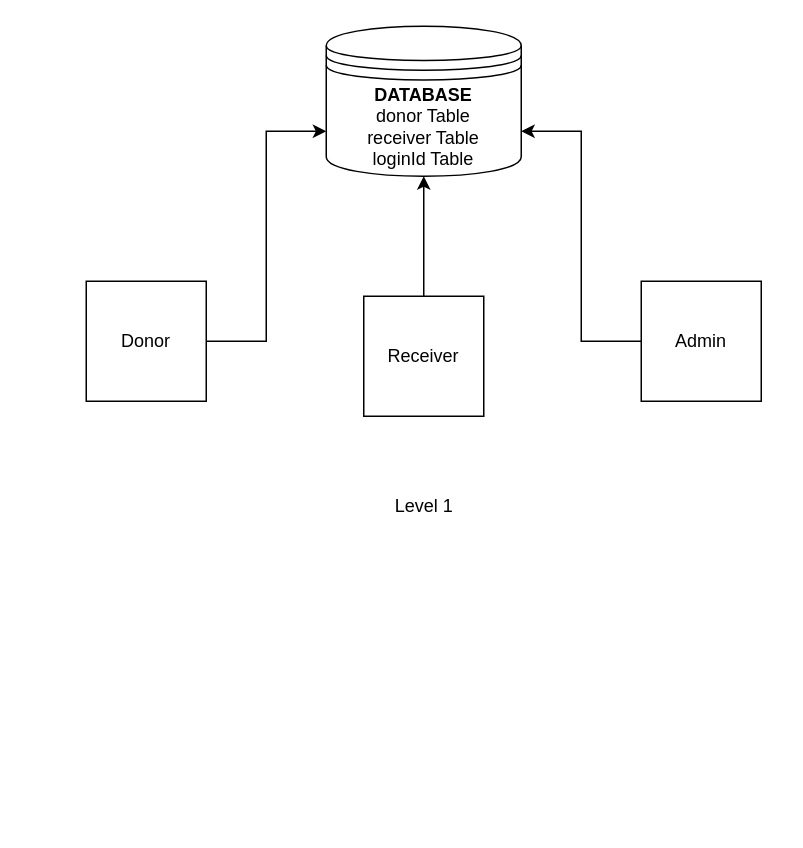
Before: Production_data/level1.drawio in Frost-fusion/Organ_donner, a draw.io diagram. Source tidied: cells renumbered, new cells numbered last; positions are measured from the earlier drawing's top-left corner, leaving out a move shared by most shapes. Both pictures are drawn from the tidied source at 150%, with x=0, y=0 at pixel (86, 26).
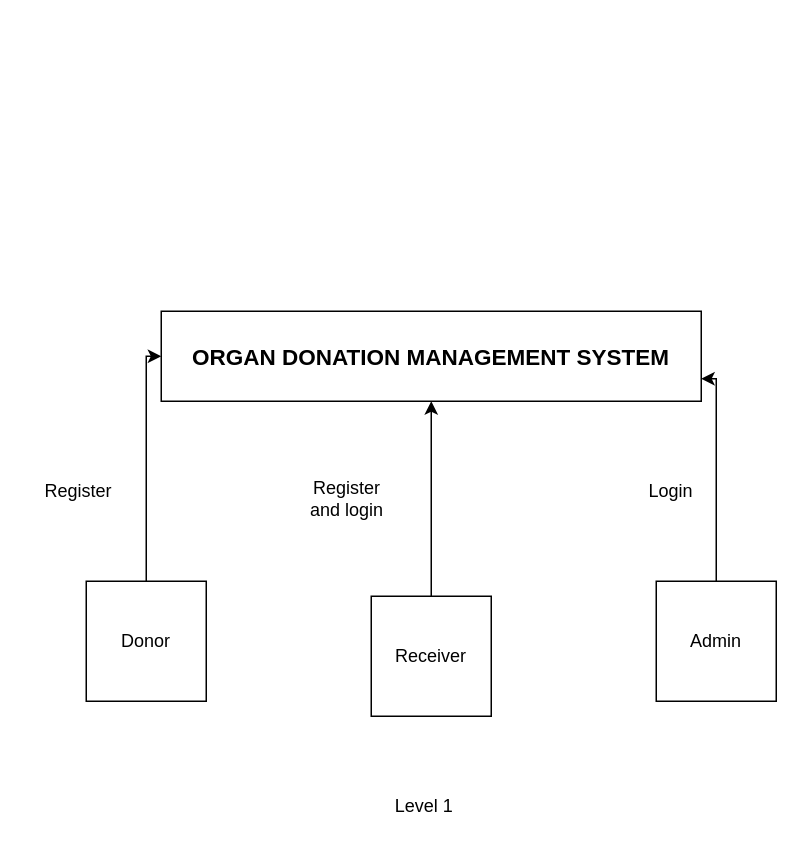
After the change.

The edit, as a diff of the source:
```diff
@@
 <mxGraphModel>
   <root>
     <mxCell id="0" />
     <mxCell id="1" parent="0" />
-    <mxCell id="2" value="&lt;div&gt;&lt;b&gt;DATABASE&lt;/b&gt;&lt;br&gt;&lt;/div&gt;&lt;div&gt;donor Table&lt;br&gt;&lt;/div&gt;&lt;div&gt;receiver Table&lt;br&gt;&lt;/div&gt;&lt;div&gt;loginId Table&lt;br&gt;&lt;/div&gt;" style="shape=datastore;whiteSpace=wrap;html=1;" parent="1" vertex="1">
-      <mxGeometry x="160" width="130" height="100" as="geometry" />
-    </mxCell>
-    <mxCell id="3" style="edgeStyle=orthogonalEdgeStyle;rounded=0;jettySize=auto;html=1;entryX=0;entryY=0.7;entryDx=0;entryDy=0;" parent="1" edge="1" source="4" target="2">
-      <mxGeometry relative="1" as="geometry" />
-    </mxCell>
+    <mxCell id="10" style="edgeStyle=orthogonalEdgeStyle;rounded=0;jettySize=auto;html=1;entryX=0;entryY=0.5;entryDx=0;entryDy=0;" parent="1" edge="1" source="4" target="13">
+      <mxGeometry relative="1" as="geometry">
+        <Array as="points">
+          <mxPoint x="40" y="220" />
+        </Array>
+      </mxGeometry>
+    </mxCell>
     <mxCell id="4" value="Donor" style="whiteSpace=wrap;html=1;" parent="1" vertex="1">
-      <mxGeometry y="170" width="80" height="80" as="geometry" />
+      <mxGeometry y="370" width="80" height="80" as="geometry" />
     </mxCell>
-    <mxCell id="5" style="edgeStyle=orthogonalEdgeStyle;rounded=0;jettySize=auto;html=1;entryX=0.5;entryY=1;entryDx=0;entryDy=0;" parent="1" edge="1" source="6" target="2">
-      <mxGeometry relative="1" as="geometry" />
-    </mxCell>
+    <mxCell id="11" style="edgeStyle=orthogonalEdgeStyle;rounded=0;jettySize=auto;html=1;entryX=0.5;entryY=1;entryDx=0;entryDy=0;" parent="1" edge="1" source="6" target="13">
+      <mxGeometry relative="1" as="geometry" />
+    </mxCell>
     <mxCell id="6" value="Receiver" style="whiteSpace=wrap;html=1;" parent="1" vertex="1">
-      <mxGeometry x="185" y="180" width="80" height="80" as="geometry" />
+      <mxGeometry x="190" y="380" width="80" height="80" as="geometry" />
     </mxCell>
-    <mxCell id="7" style="edgeStyle=orthogonalEdgeStyle;rounded=0;jettySize=auto;html=1;entryX=1;entryY=0.7;entryDx=0;entryDy=0;" parent="1" edge="1" source="8" target="2">
-      <mxGeometry relative="1" as="geometry" />
-    </mxCell>
+    <mxCell id="12" style="edgeStyle=orthogonalEdgeStyle;rounded=0;jettySize=auto;html=1;entryX=1;entryY=0.75;entryDx=0;entryDy=0;" parent="1" edge="1" source="8" target="13">
+      <mxGeometry relative="1" as="geometry">
+        <Array as="points">
+          <mxPoint x="420" y="235" />
+        </Array>
+      </mxGeometry>
+    </mxCell>
     <mxCell id="8" value="Admin" style="whiteSpace=wrap;html=1;" parent="1" vertex="1">
-      <mxGeometry x="370" y="170" width="80" height="80" as="geometry" />
+      <mxGeometry x="380" y="370" width="80" height="80" as="geometry" />
     </mxCell>
     <mxCell id="9" value="Level 1" style="text;html=1;strokeColor=none;fillColor=none;align=center;verticalAlign=middle;whiteSpace=wrap;rounded=0;" parent="1" vertex="1">
-      <mxGeometry x="197.5" y="310" width="55" height="20" as="geometry" />
+      <mxGeometry x="197.5" y="510" width="55" height="20" as="geometry" />
     </mxCell>
+    <mxCell id="13" value="&lt;font style=&quot;font-size: 15px&quot;&gt;&lt;b&gt;ORGAN DONATION MANAGEMENT SYSTEM&lt;/b&gt;&lt;/font&gt;" style="rounded=0;whiteSpace=wrap;html=1;" parent="1" vertex="1">
+      <mxGeometry x="50" y="190" width="360" height="60" as="geometry" />
+    </mxCell>
+    <mxCell id="14" value="Register" style="text;html=1;strokeColor=none;fillColor=none;align=center;verticalAlign=middle;whiteSpace=wrap;rounded=0;" parent="1" vertex="1">
+      <mxGeometry x="-40" y="300" width="70" height="20" as="geometry" />
+    </mxCell>
+    <mxCell id="15" value="&lt;div&gt;Register&lt;/div&gt;&lt;div&gt;and login&lt;br&gt;&lt;/div&gt;" style="text;html=1;strokeColor=none;fillColor=none;align=center;verticalAlign=middle;whiteSpace=wrap;rounded=0;" parent="1" vertex="1">
+      <mxGeometry x="130" y="300" width="88" height="30" as="geometry" />
+    </mxCell>
+    <mxCell id="16" value="Login" style="text;html=1;strokeColor=none;fillColor=none;align=center;verticalAlign=middle;whiteSpace=wrap;rounded=0;" parent="1" vertex="1">
+      <mxGeometry x="370" y="300" width="40" height="20" as="geometry" />
+    </mxCell>
   </root>
 </mxGraphModel>
```
